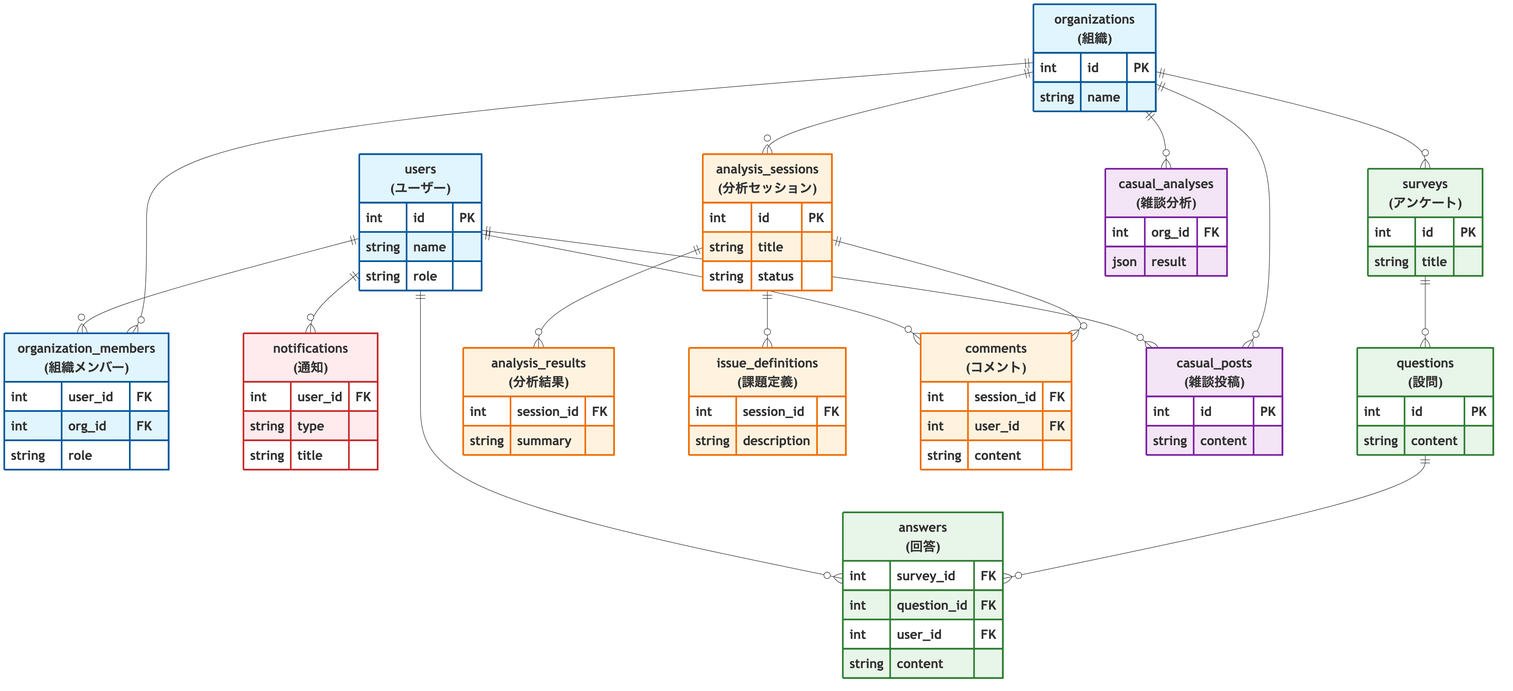
This is images/er_diagram.png from hkdrb/small-voice-project, a Mermaid export, as it was before one commit. Its source is kept beside it as images/er_diagram.mmd.
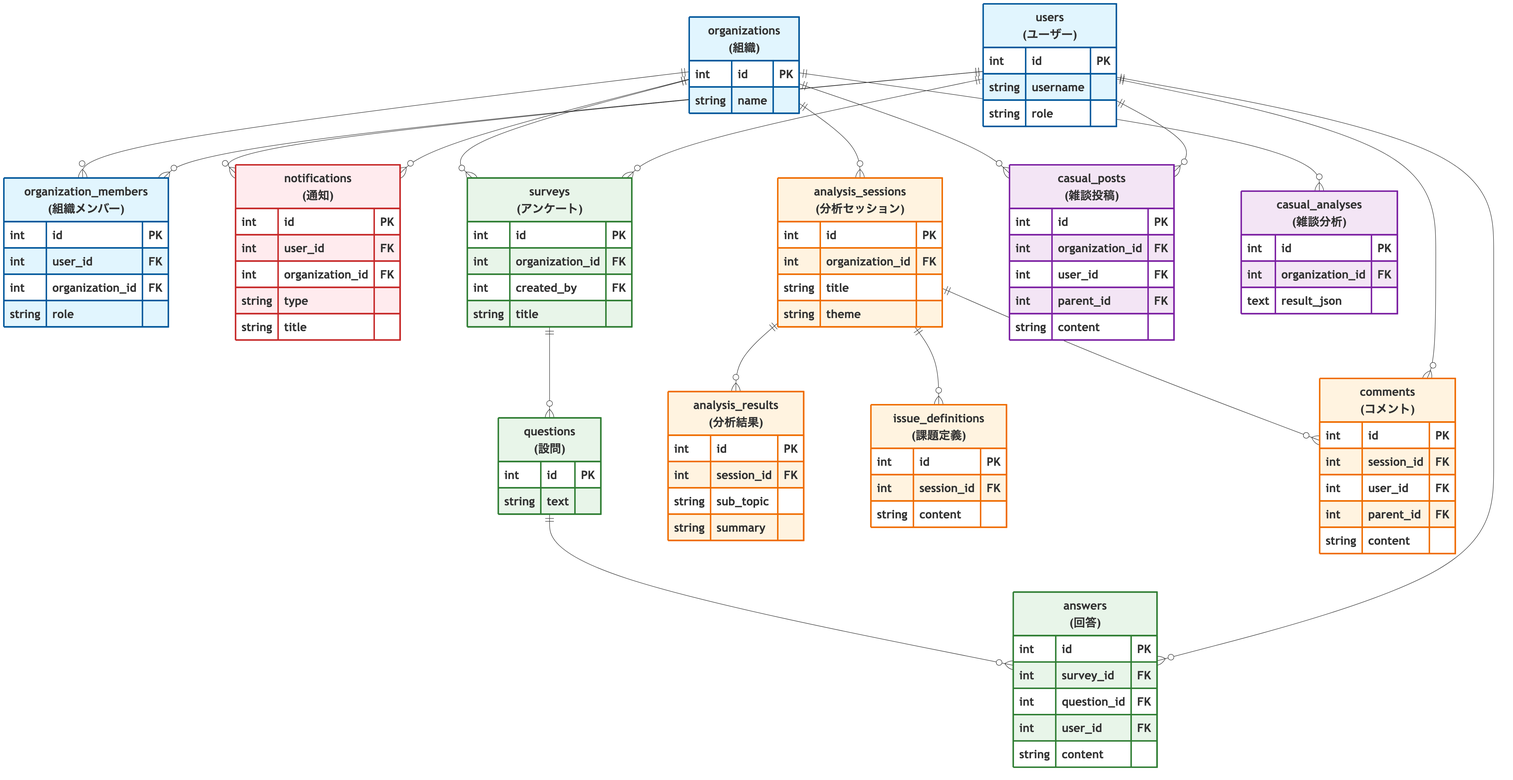
The same file after the commit.

Commit message:
docs: update ER diagram to be strictly faithful to database definition

The edit, as a diff of the source:
```diff
@@ -7,7 +7,7 @@
 
     users["<center><b>users</b><br><b>(ユーザー)</b></center>"] {
         int id PK
-        string name
+        string username
         string role
     }
     organizations["<center><b>organizations</b><br><b>(組織)</b></center>"] {
@@ -15,8 +15,9 @@
         string name
     }
     organization_members["<center><b>organization_members</b><br><b>(組織メンバー)</b></center>"] {
+        int id PK
         int user_id FK
-        int org_id FK
+        int organization_id FK
         string role
     }
 
@@ -28,24 +29,30 @@
     class organization_members userOrg
 
     notifications["<center><b>notifications</b><br><b>(通知)</b></center>"] {
+        int id PK
         int user_id FK
+        int organization_id FK
         string type
         string title
     }
     users ||--o{ notifications : ""
+    organizations ||--o{ notifications : ""
 
     class notifications notif
 
 
     surveys["<center><b>surveys</b><br><b>(アンケート)</b></center>"] {
         int id PK
+        int organization_id FK
+        int created_by FK
         string title
     }
     questions["<center><b>questions</b><br><b>(設問)</b></center>"] {
         int id PK
-        string content
+        string text
     }
     answers["<center><b>answers</b><br><b>(回答)</b></center>"] {
+        int id PK
         int survey_id FK
         int question_id FK
         int user_id FK
@@ -53,6 +60,7 @@
     }
 
     organizations ||--o{ surveys : ""
+    users ||--o{ surveys : ""
     surveys ||--o{ questions : ""
     questions ||--o{ answers : ""
     users ||--o{ answers : ""
@@ -63,20 +71,26 @@
 
     analysis_sessions["<center><b>analysis_sessions</b><br><b>(分析セッション)</b></center>"] {
         int id PK
+        int organization_id FK
         string title
-        string status
+        string theme
     }
     analysis_results["<center><b>analysis_results</b><br><b>(分析結果)</b></center>"] {
+        int id PK
         int session_id FK
+        string sub_topic
         string summary
     }
     issue_definitions["<center><b>issue_definitions</b><br><b>(課題定義)</b></center>"] {
+        int id PK
         int session_id FK
-        string description
+        string content
     }
     comments["<center><b>comments</b><br><b>(コメント)</b></center>"] {
+        int id PK
         int session_id FK
         int user_id FK
+        int parent_id FK
         string content
     }
 
@@ -93,11 +107,15 @@
 
     casual_posts["<center><b>casual_posts</b><br><b>(雑談投稿)</b></center>"] {
         int id PK
+        int organization_id FK
+        int user_id FK
+        int parent_id FK
         string content
     }
     casual_analyses["<center><b>casual_analyses</b><br><b>(雑談分析)</b></center>"] {
-        int org_id FK
-        json result
+        int id PK
+        int organization_id FK
+        text result_json
     }
 
     organizations ||--o{ casual_posts : ""
```
